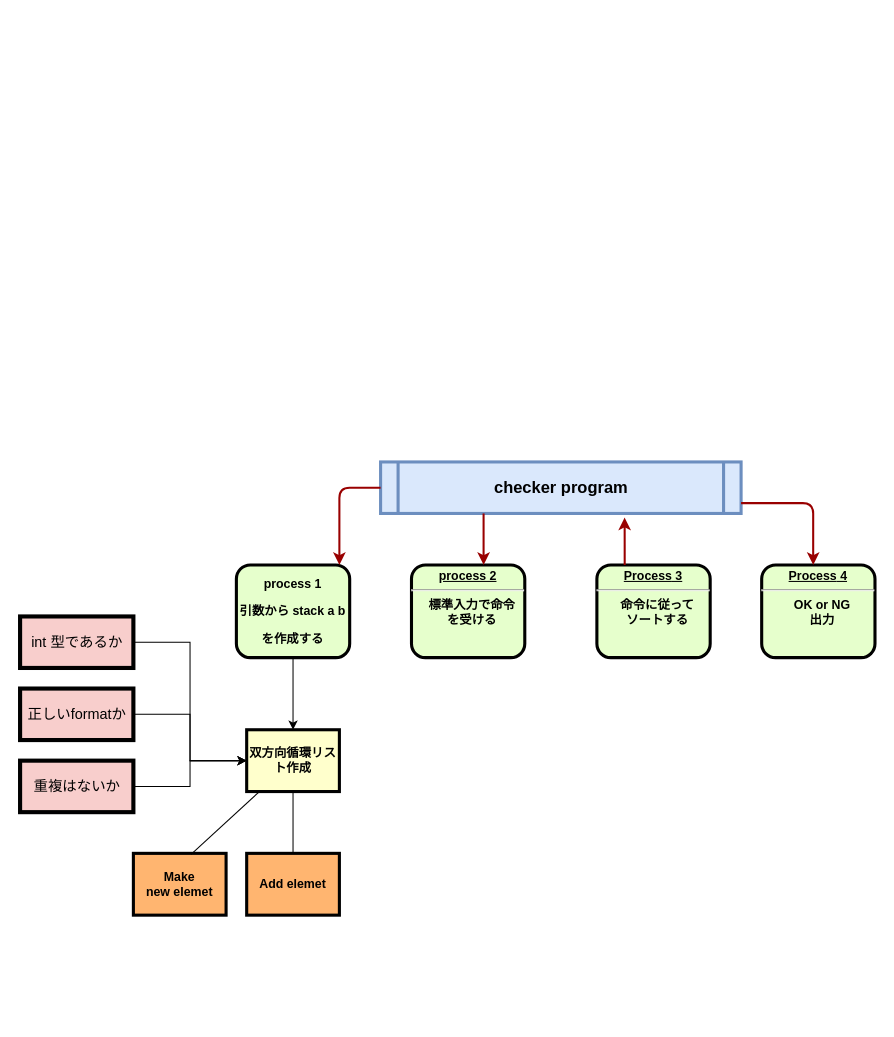
Before: page "Page-1" (1 of 2) of push_swap.drawio in public-jun/42_push_swap, a draw.io diagram. Source tidied: cells renumbered, new cells numbered last; positions are measured from the earlier drawing's top-left corner, leaving out a move shared by most shapes. Both pictures are drawn from the tidied source at 103%, with x=0, y=0 at pixel (20, 461).
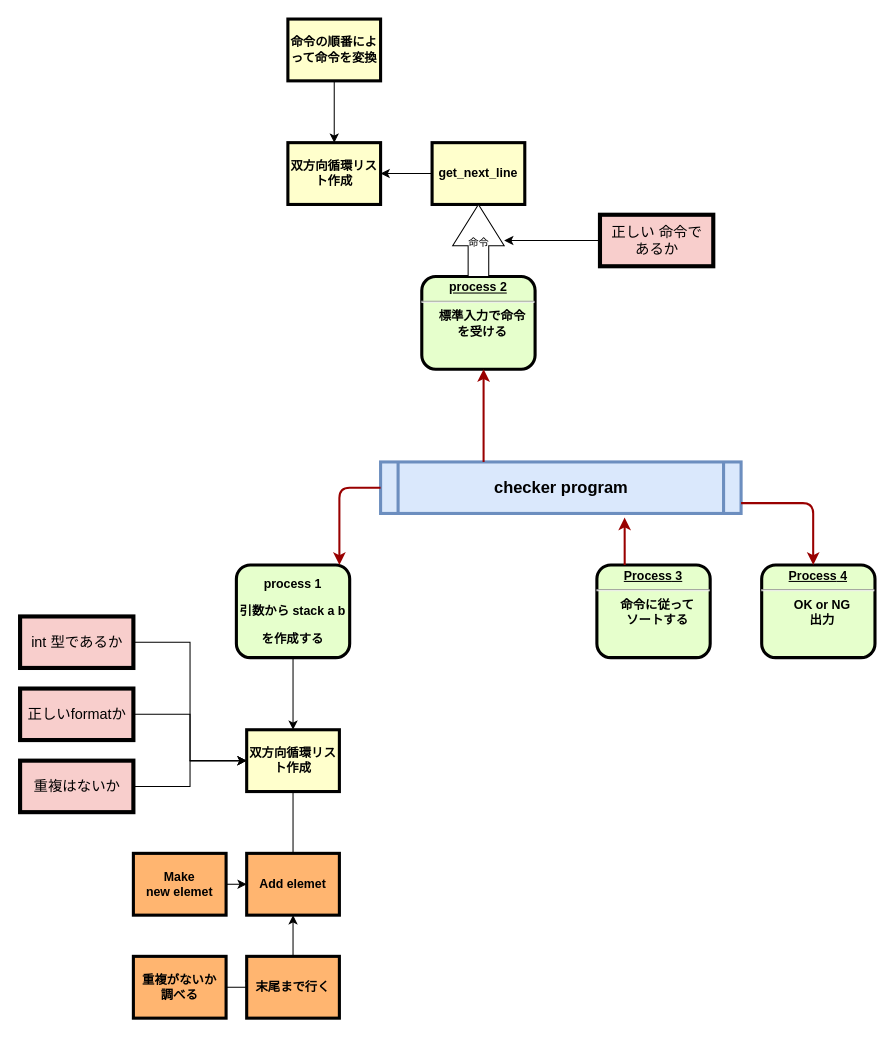
The same diagram, later.

The change refers to these unchanged cells:
```xml
<mxCell id="3" value="双方向循環リスト作成" style="whiteSpace=wrap;align=center;verticalAlign=middle;fontStyle=1;strokeWidth=3;fillColor=#FFFFCC;" parent="1" vertex="1">
  <mxGeometry x="220" y="260" width="90" height="60" as="geometry" />
</mxCell>
<mxCell id="4" value="checker program" style="shape=process;whiteSpace=wrap;align=center;verticalAlign=middle;size=0.0475;fontStyle=1;strokeWidth=3;fillColor=#dae8fc;fontSize=16;strokeColor=#6c8ebf;" parent="1" vertex="1">
  <mxGeometry x="350" width="350" height="50" as="geometry" />
</mxCell>
<mxCell id="19" value="Make &#10;new elemet" style="whiteSpace=wrap;align=center;verticalAlign=middle;fontStyle=1;strokeWidth=3;fillColor=#FFB570;" parent="1" vertex="1">
  <mxGeometry x="110" y="380" width="90" height="60" as="geometry" />
</mxCell>
<mxCell id="21" value="Add elemet" style="whiteSpace=wrap;align=center;verticalAlign=middle;fontStyle=1;strokeWidth=3;fillColor=#FFB570;" parent="1" vertex="1">
  <mxGeometry x="220" y="380" width="90" height="60" as="geometry" />
</mxCell>
```

Diff of the diagram source:
```diff
@@
     <mxCell id="5" value="&lt;p style=&quot;margin: 0px ; margin-top: 4px ; text-align: center ; text-decoration: underline&quot;&gt;&lt;strong&gt;process 2&lt;/strong&gt;&lt;/p&gt;&lt;hr&gt;&lt;p style=&quot;margin: 0px 0px 0px 8px&quot;&gt;標準入力で命令&lt;/p&gt;&lt;p style=&quot;margin: 0px 0px 0px 8px&quot;&gt;を受ける&lt;/p&gt;" style="verticalAlign=middle;align=center;overflow=fill;fontSize=12;fontFamily=Helvetica;html=1;rounded=1;fontStyle=1;strokeWidth=3;fillColor=#E6FFCC;" parent="1" vertex="1">
-      <mxGeometry x="380" y="100" width="110" height="90" as="geometry" />
+      <mxGeometry x="390" y="-180" width="110" height="90" as="geometry" />
     </mxCell>
@@
     <mxCell id="9" style="edgeStyle=elbowEdgeStyle;elbow=horizontal;strokeColor=#990000;strokeWidth=2;" parent="1" edge="1" source="4" target="5">
       <mxGeometry relative="1" as="geometry">
         <Array as="points">
-          <mxPoint x="450" y="70" />
+          <mxPoint x="450" y="-30" />
           <mxPoint x="490" y="100" />
           <mxPoint x="580" y="140" />
           <mxPoint x="590" y="290" />
         </Array>
       </mxGeometry>
     </mxCell>
@@
+    <mxCell id="23" style="edgeStyle=orthogonalEdgeStyle;rounded=0;jettySize=auto;html=1;exitX=1;exitY=0.5;exitDx=0;exitDy=0;entryX=0;entryY=0.5;entryDx=0;entryDy=0;" parent="1" edge="1" source="19" target="21">
+      <mxGeometry relative="1" as="geometry" />
+    </mxCell>
@@
-    <mxCell id="20" style="endArrow=none;html=1;fontSize=14;exitX=0.622;exitY=0.017;exitDx=0;exitDy=0;exitPerimeter=0;" parent="1" edge="1" source="19" target="3">
-      <mxGeometry relative="1" as="geometry" />
-    </mxCell>
@@
+    <mxCell id="24" style="edgeStyle=orthogonalEdgeStyle;rounded=0;jettySize=auto;html=1;entryX=-0.022;entryY=0.4;entryDx=0;entryDy=0;entryPerimeter=0;" parent="1" edge="1" source="25" target="27">
+      <mxGeometry relative="1" as="geometry" />
+    </mxCell>
+    <mxCell id="25" value="重複がないか&#10;調べる" style="whiteSpace=wrap;align=center;verticalAlign=middle;fontStyle=1;strokeWidth=3;fillColor=#FFB570;" parent="1" vertex="1">
+      <mxGeometry x="110" y="480" width="90" height="60" as="geometry" />
+    </mxCell>
+    <mxCell id="26" style="edgeStyle=orthogonalEdgeStyle;rounded=0;jettySize=auto;html=1;exitX=0.5;exitY=0;exitDx=0;exitDy=0;" parent="1" edge="1" source="27" target="21">
+      <mxGeometry relative="1" as="geometry" />
+    </mxCell>
+    <mxCell id="27" value="末尾まで行く" style="whiteSpace=wrap;align=center;verticalAlign=middle;fontStyle=1;strokeWidth=3;fillColor=#FFB570;" parent="1" vertex="1">
+      <mxGeometry x="220" y="480" width="90" height="60" as="geometry" />
+    </mxCell>
+    <mxCell id="28" value="双方向循環リスト作成" style="whiteSpace=wrap;align=center;verticalAlign=middle;fontStyle=1;strokeWidth=3;fillColor=#FFFFCC;" parent="1" vertex="1">
+      <mxGeometry x="260" y="-310" width="90" height="60" as="geometry" />
+    </mxCell>
+    <mxCell id="29" style="edgeStyle=orthogonalEdgeStyle;rounded=0;jettySize=auto;html=1;" parent="1" edge="1" source="30" target="28">
+      <mxGeometry relative="1" as="geometry" />
+    </mxCell>
+    <mxCell id="30" value="get_next_line" style="whiteSpace=wrap;align=center;verticalAlign=middle;fontStyle=1;strokeWidth=3;fillColor=#FFFFCC;" parent="1" vertex="1">
+      <mxGeometry x="400" y="-310" width="90" height="60" as="geometry" />
+    </mxCell>
+    <mxCell id="31" style="edgeStyle=orthogonalEdgeStyle;rounded=0;jettySize=auto;html=1;fontSize=16;" parent="1" edge="1" source="32" target="28">
+      <mxGeometry relative="1" as="geometry" />
+    </mxCell>
+    <mxCell id="32" value="命令の順番によって命令を変換" style="whiteSpace=wrap;align=center;verticalAlign=middle;fontStyle=1;strokeWidth=3;fillColor=#FFFFCC;" parent="1" vertex="1">
+      <mxGeometry x="260" y="-430" width="90" height="60" as="geometry" />
+    </mxCell>
+    <mxCell id="33" style="edgeStyle=orthogonalEdgeStyle;rounded=0;jettySize=auto;html=1;fontSize=16;" parent="1" edge="1" source="34" target="35">
+      <mxGeometry relative="1" as="geometry" />
+    </mxCell>
+    <mxCell id="34" value="正しい 命令で&lt;br&gt;あるか" style="html=1;fontSize=14;fillColor=#f8cecc;strokeWidth=4;" parent="1" vertex="1">
+      <mxGeometry x="563" y="-240" width="110" height="50" as="geometry" />
+    </mxCell>
+    <mxCell id="35" value="&lt;font size=&quot;1&quot;&gt;命令&lt;/font&gt;" style="html=1;shadow=0;dashed=0;align=center;verticalAlign=middle;shape=mxgraph.arrows2.arrow;dy=0.6;dx=40;direction=north;notch=0;fontSize=16;" parent="1" vertex="1">
+      <mxGeometry x="420" y="-250" width="50" height="70" as="geometry" />
+    </mxCell>
```
